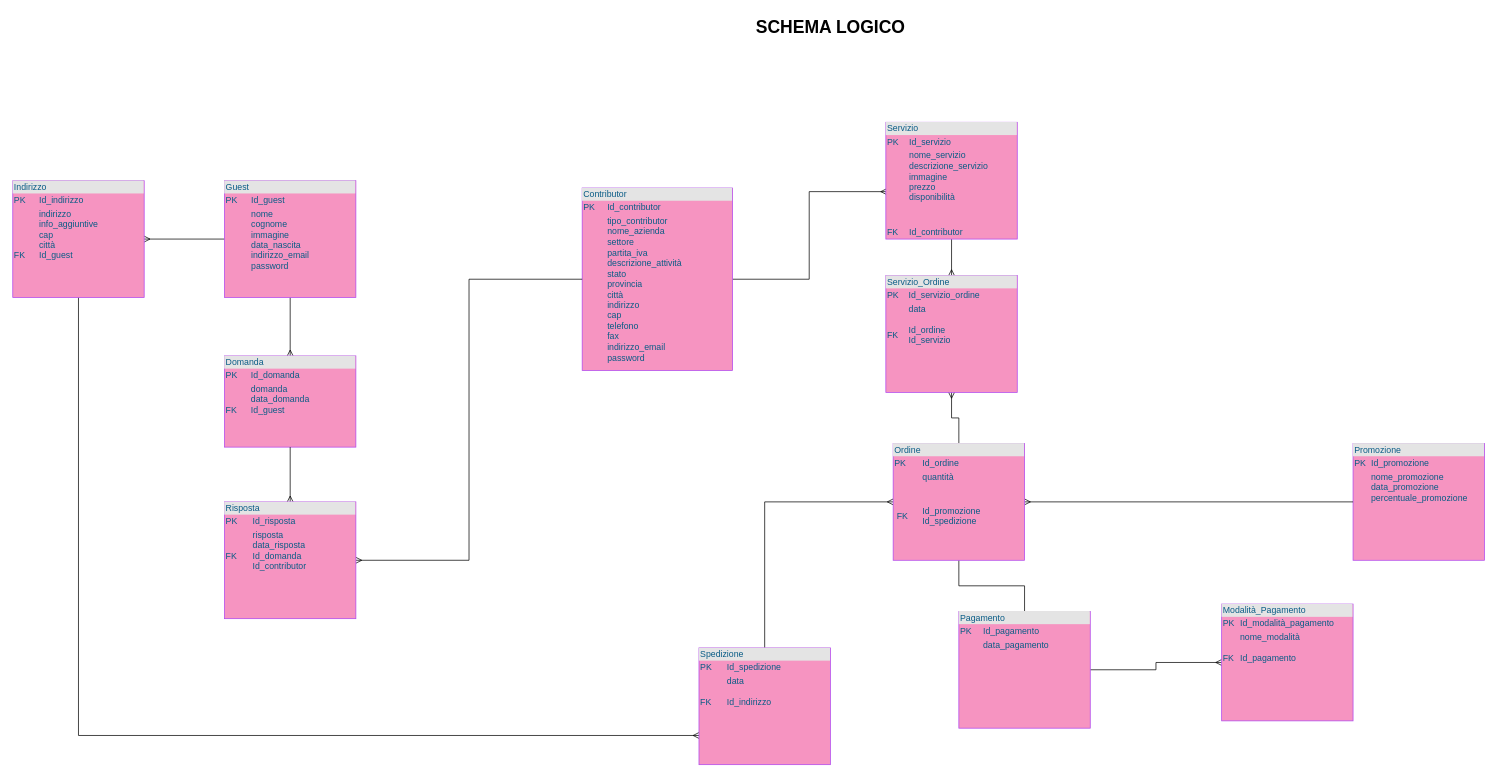
The draw.io diagram SCHEMALOGICO.drawio in giadaventurini-pixel/giadaventurini-5binf, before the edit. Source tidied: cells renumbered, new cells numbered last; positions are measured from the earlier drawing's top-left corner, leaving out a move shared by most shapes. Both pictures are drawn from the tidied source at 73%, with x=0, y=0 at pixel (12, 12).
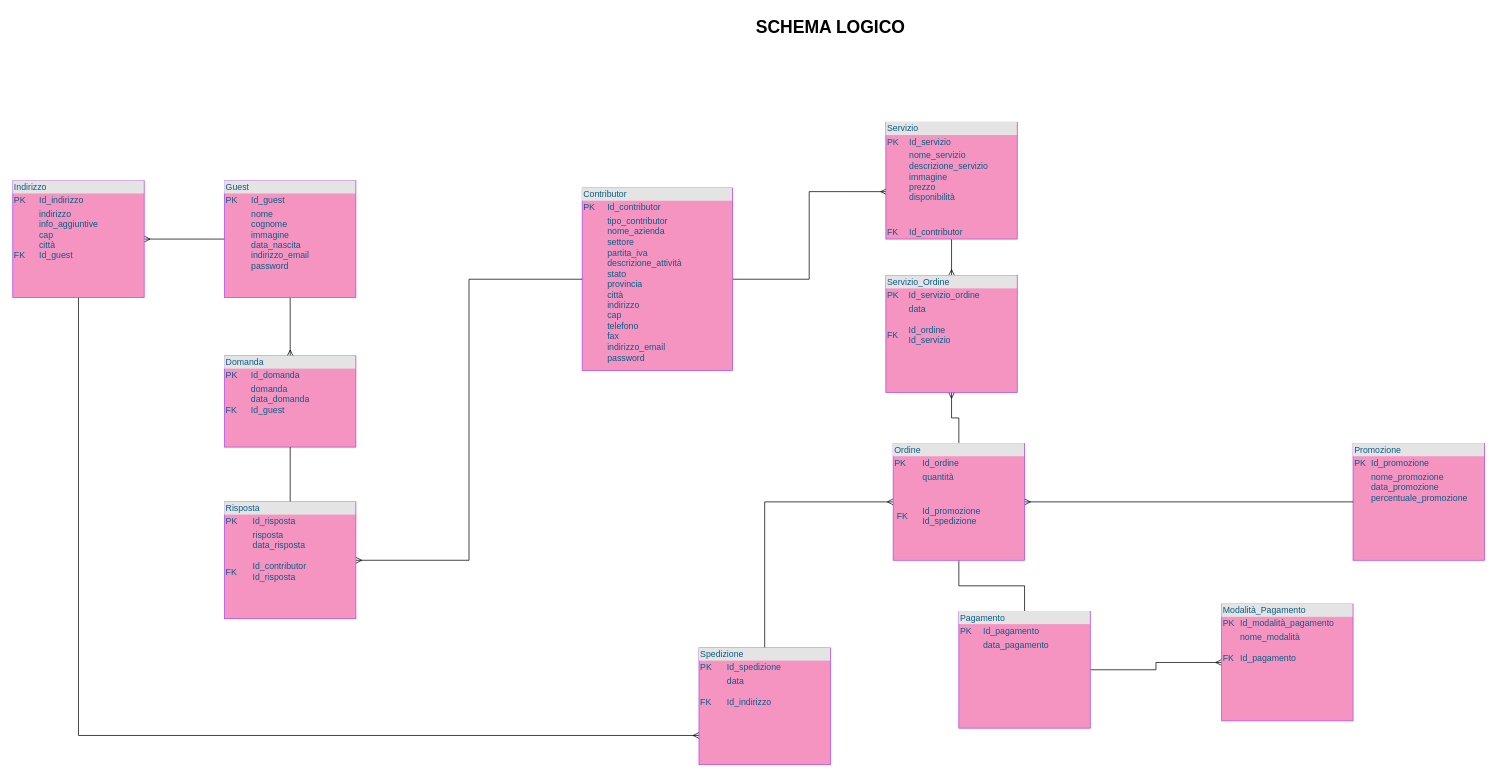
The same page after the edit.

Unchanged cells that the change refers to:
```xml
<mxCell id="7" value="&lt;div style=&quot;box-sizing: border-box ; width: 100% ; background: #e4e4e4 ; padding: 2px&quot;&gt;Domanda&amp;nbsp;&lt;/div&gt;&lt;table style=&quot;width: 100% ; font-size: 1em&quot; cellpadding=&quot;2&quot; cellspacing=&quot;0&quot;&gt;&lt;tbody&gt;&lt;tr&gt;&lt;td&gt;PK&lt;/td&gt;&lt;td&gt;Id_domanda&lt;br&gt;&lt;/td&gt;&lt;/tr&gt;&lt;tr&gt;&lt;td&gt;&lt;br&gt;&lt;br&gt;FK&lt;/td&gt;&lt;td&gt;domanda&lt;br&gt;data_domanda&lt;br&gt;Id_guest&lt;/td&gt;&lt;/tr&gt;&lt;tr&gt;&lt;td&gt;&amp;nbsp;&lt;/td&gt;&lt;td&gt;&lt;br&gt;&lt;/td&gt;&lt;/tr&gt;&lt;/tbody&gt;&lt;/table&gt;" style="verticalAlign=top;align=left;overflow=fill;html=1;fillColor=#F694C1;strokeColor=#AF45ED;fontColor=#095C86;" parent="1" vertex="1">
  <mxGeometry x="290" y="470" width="180" height="125" as="geometry" />
</mxCell>
```

Diff of the diagram source:
```diff
@@
-    <mxCell id="11" style="edgeStyle=orthogonalEdgeStyle;rounded=0;jettySize=auto;html=1;entryX=0.5;entryY=1;entryDx=0;entryDy=0;startArrow=ERmany;startFill=0;endArrow=none;endFill=0;" parent="1" edge="1" source="13" target="7">
+    <mxCell id="11" style="edgeStyle=orthogonalEdgeStyle;rounded=0;jettySize=auto;html=1;entryX=0.5;entryY=1;entryDx=0;entryDy=0;startArrow=none;startFill=0;endArrow=none;endFill=0;" parent="1" edge="1" source="13" target="7">
       <mxGeometry relative="1" as="geometry" />
     </mxCell>
@@
-    <mxCell id="13" value="&lt;div style=&quot;box-sizing: border-box ; width: 100% ; background: #e4e4e4 ; padding: 2px&quot;&gt;Risposta&lt;/div&gt;&lt;table style=&quot;width: 100% ; font-size: 1em&quot; cellpadding=&quot;2&quot; cellspacing=&quot;0&quot;&gt;&lt;tbody&gt;&lt;tr&gt;&lt;td&gt;PK&lt;/td&gt;&lt;td&gt;Id_risposta&lt;br&gt;&lt;/td&gt;&lt;/tr&gt;&lt;tr&gt;&lt;td&gt;&lt;br&gt;FK&lt;/td&gt;&lt;td&gt;risposta&lt;br&gt;data_risposta&lt;br&gt;Id_domanda&lt;br&gt;Id_contributor&lt;/td&gt;&lt;/tr&gt;&lt;tr&gt;&lt;td&gt;&amp;nbsp;&lt;/td&gt;&lt;td&gt;&lt;br&gt;&lt;/td&gt;&lt;/tr&gt;&lt;/tbody&gt;&lt;/table&gt;" style="verticalAlign=top;align=left;overflow=fill;html=1;fillColor=#F694C1;strokeColor=#AF45ED;fontColor=#095C86;" parent="1" vertex="1">
+    <mxCell id="13" value="&lt;div style=&quot;box-sizing: border-box ; width: 100% ; background: #e4e4e4 ; padding: 2px&quot;&gt;Risposta&lt;/div&gt;&lt;table style=&quot;width: 100% ; font-size: 1em&quot; cellpadding=&quot;2&quot; cellspacing=&quot;0&quot;&gt;&lt;tbody&gt;&lt;tr&gt;&lt;td&gt;PK&lt;/td&gt;&lt;td&gt;Id_risposta&lt;br&gt;&lt;/td&gt;&lt;/tr&gt;&lt;tr&gt;&lt;td&gt;&lt;br&gt;&lt;br&gt;&lt;br&gt;FK&lt;/td&gt;&lt;td&gt;risposta&lt;br&gt;data_risposta&lt;br&gt;&lt;br&gt;Id_contributor&lt;br&gt;Id_risposta&lt;/td&gt;&lt;/tr&gt;&lt;tr&gt;&lt;td&gt;&amp;nbsp;&lt;/td&gt;&lt;td&gt;&lt;br&gt;&lt;/td&gt;&lt;/tr&gt;&lt;/tbody&gt;&lt;/table&gt;" style="verticalAlign=top;align=left;overflow=fill;html=1;fillColor=#F694C1;strokeColor=#AF45ED;fontColor=#095C86;" parent="1" vertex="1">
       <mxGeometry x="290" y="670" width="180" height="160" as="geometry" />
     </mxCell>
```
